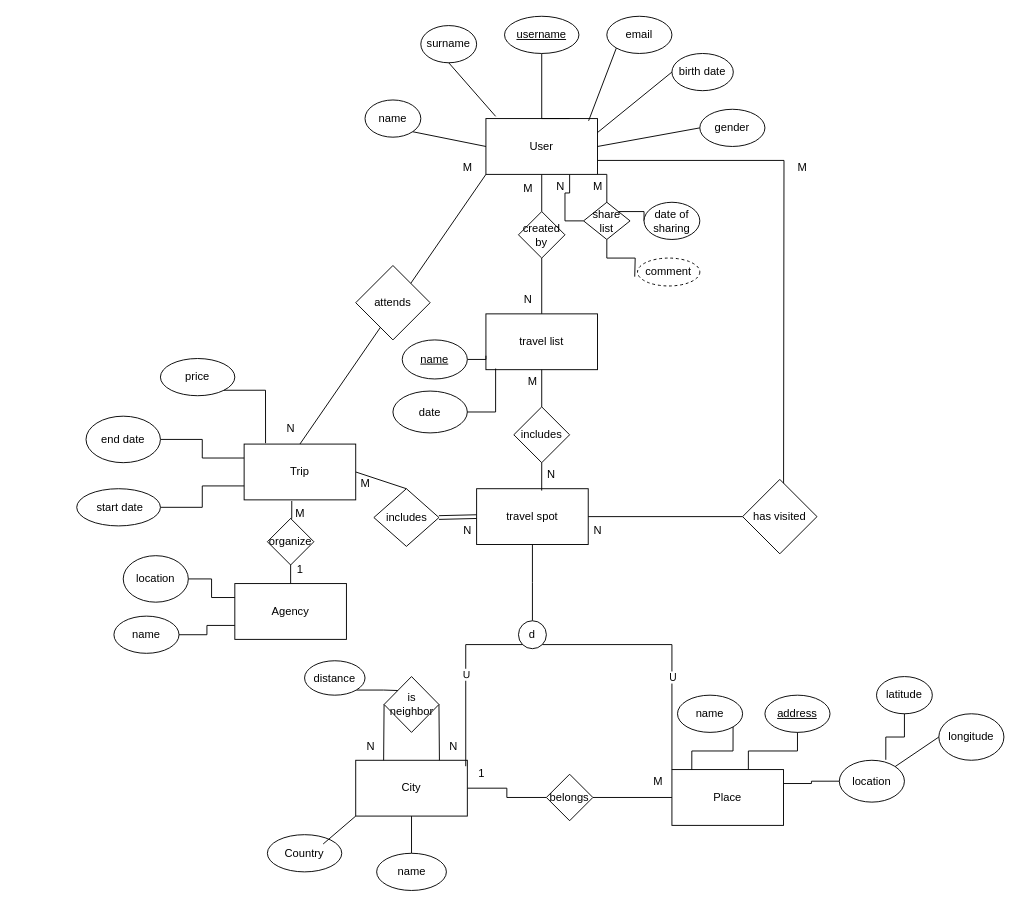
Before: BP lab1.drawio in georgibozhinoski/bp_lab1_2023, a draw.io diagram. Source tidied: cells renumbered, new cells numbered last; positions are measured from the earlier drawing's top-left corner, leaving out a move shared by most shapes. Both pictures are drawn from the tidied source at 93%, with x=0, y=0 at pixel (76, 16).
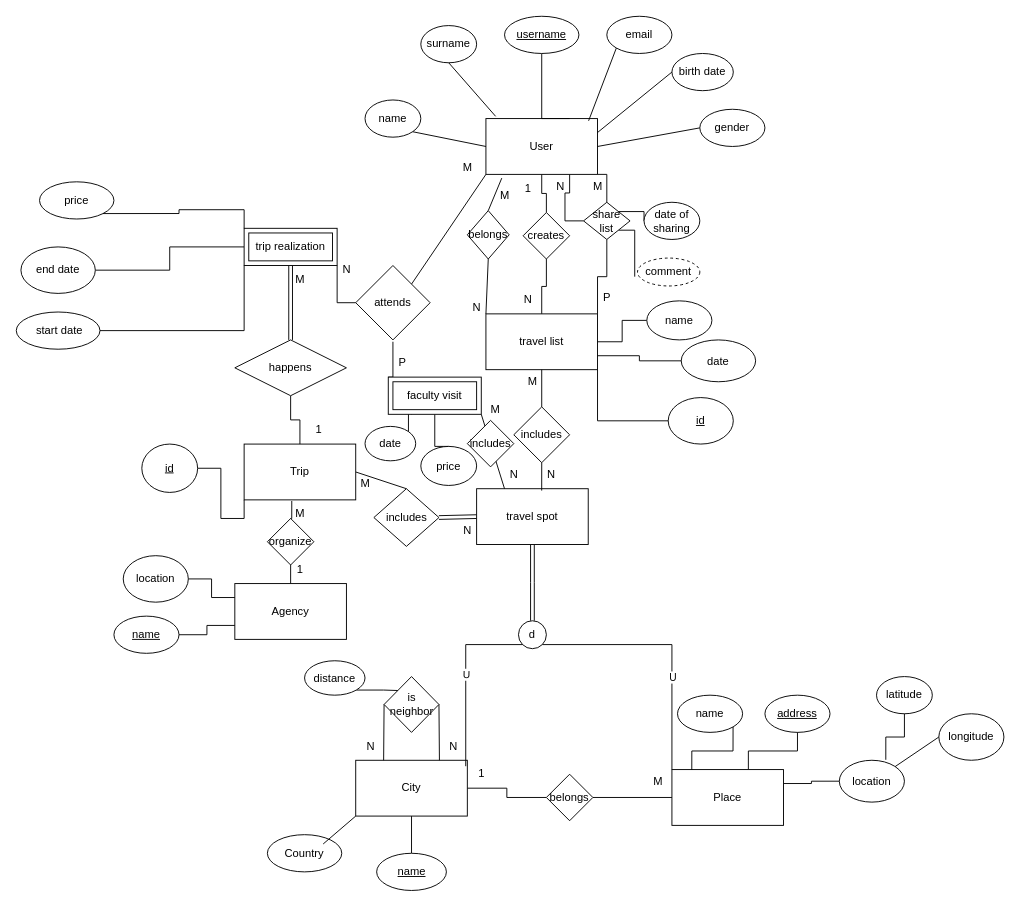
After the change.

Unchanged cells that the change refers to:
```xml
<mxCell id="7" value="User" style="rounded=0;whiteSpace=wrap;html=1;" parent="1" vertex="1">
  <mxGeometry x="440" y="110" width="120" height="60" as="geometry" />
</mxCell>
<mxCell id="21" value="travel list" style="rounded=0;whiteSpace=wrap;html=1;" parent="1" vertex="1">
  <mxGeometry x="440" y="320" width="120" height="60" as="geometry" />
</mxCell>
<mxCell id="27" value="share list" style="rhombus;whiteSpace=wrap;html=1;" parent="1" vertex="1">
  <mxGeometry x="545" y="200" width="50" height="40" as="geometry" />
</mxCell>
<mxCell id="37" value="Trip" style="rounded=0;whiteSpace=wrap;html=1;" parent="1" vertex="1">
  <mxGeometry x="180" y="460" width="120" height="60" as="geometry" />
</mxCell>
<mxCell id="54" value="attends" style="rhombus;whiteSpace=wrap;html=1;" parent="1" vertex="1">
  <mxGeometry x="300" y="268" width="80" height="80" as="geometry" />
</mxCell>
<mxCell id="79" value="travel spot" style="rounded=0;whiteSpace=wrap;html=1;" parent="1" vertex="1">
  <mxGeometry x="430" y="508" width="120" height="60" as="geometry" />
</mxCell>
```

Diff of the diagram source:
```diff
@@
-    <mxCell id="4" style="rounded=0;jettySize=auto;html=1;exitX=0;exitY=1;exitDx=0;exitDy=0;entryX=0.5;entryY=0;entryDx=0;entryDy=0;endArrow=none;endFill=0;" parent="1" edge="1" source="7" target="37">
+    <mxCell id="4" style="rounded=0;jettySize=auto;html=1;exitX=0;exitY=1;exitDx=0;exitDy=0;entryX=1;entryY=0;entryDx=0;entryDy=0;endArrow=none;endFill=0;" parent="1" edge="1" source="7" target="54">
       <mxGeometry relative="1" as="geometry" />
     </mxCell>
@@
-    <mxCell id="6" style="edgeStyle=orthogonalEdgeStyle;rounded=0;jettySize=auto;html=1;exitX=1;exitY=0.75;exitDx=0;exitDy=0;endArrow=none;endFill=0;" parent="1" edge="1" source="7">
-      <mxGeometry relative="1" as="geometry">
-        <mxPoint x="760" y="540" as="targetPoint" />
-      </mxGeometry>
-    </mxCell>
@@
+    <mxCell id="105" style="edgeStyle=orthogonalEdgeStyle;rounded=0;jettySize=auto;html=1;exitX=1;exitY=1;exitDx=0;exitDy=0;entryX=0;entryY=0.5;entryDx=0;entryDy=0;endArrow=none;endFill=0;" parent="1" edge="1" source="21" target="121">
+      <mxGeometry relative="1" as="geometry" />
+    </mxCell>
@@
-    <mxCell id="22" value="created by" style="rhombus;whiteSpace=wrap;html=1;" parent="1" vertex="1">
-      <mxGeometry x="475" y="210" width="50" height="50" as="geometry" />
+    <mxCell id="22" value="creates" style="rhombus;whiteSpace=wrap;html=1;" parent="1" vertex="1">
+      <mxGeometry x="480" y="211" width="50" height="50" as="geometry" />
     </mxCell>
-    <mxCell id="23" value="M" style="text;html=1;align=center;verticalAlign=middle;strokeColor=none;fillColor=none;" parent="1" vertex="1">
+    <mxCell id="23" value="1" style="text;html=1;align=center;verticalAlign=middle;strokeColor=none;fillColor=none;" parent="1" vertex="1">
       <mxGeometry x="470" y="170" width="30" height="30" as="geometry" />
     </mxCell>
@@
-    <mxCell id="26" style="edgeStyle=orthogonalEdgeStyle;rounded=0;jettySize=auto;html=1;exitX=0.5;exitY=1;exitDx=0;exitDy=0;endArrow=none;endFill=0;" parent="1" edge="1" source="27">
+    <mxCell id="26" style="edgeStyle=orthogonalEdgeStyle;rounded=0;jettySize=auto;html=1;exitX=1;exitY=1;exitDx=0;exitDy=0;endArrow=none;endFill=0;" parent="1" edge="1" source="27">
       <mxGeometry relative="1" as="geometry">
         <mxPoint x="600" y="280" as="targetPoint" />
+        <Array as="points">
+          <mxPoint x="600" y="230" />
+        </Array>
       </mxGeometry>
     </mxCell>
+    <mxCell id="106" style="edgeStyle=orthogonalEdgeStyle;rounded=0;jettySize=auto;html=1;exitX=0.5;exitY=1;exitDx=0;exitDy=0;entryX=1;entryY=0;entryDx=0;entryDy=0;endArrow=none;endFill=0;" parent="1" edge="1" source="27" target="21">
+      <mxGeometry relative="1" as="geometry" />
+    </mxCell>
@@
+    <mxCell id="107" style="edgeStyle=orthogonalEdgeStyle;rounded=0;jettySize=auto;html=1;exitX=0;exitY=1;exitDx=0;exitDy=0;entryX=1;entryY=0.5;entryDx=0;entryDy=0;endArrow=none;endFill=0;" parent="1" edge="1" source="37" target="126">
+      <mxGeometry relative="1" as="geometry" />
+    </mxCell>
@@
-    <mxCell id="56" value="N" style="text;html=1;align=center;verticalAlign=middle;strokeColor=none;fillColor=none;" parent="1" vertex="1">
-      <mxGeometry x="215" y="428" width="30" height="30" as="geometry" />
+    <mxCell id="56" value="1" style="text;html=1;align=center;verticalAlign=middle;strokeColor=none;fillColor=none;" parent="1" vertex="1">
+      <mxGeometry x="245" y="430" width="30" height="30" as="geometry" />
     </mxCell>
-    <mxCell id="57" style="edgeStyle=orthogonalEdgeStyle;rounded=0;jettySize=auto;html=1;exitX=1;exitY=0.5;exitDx=0;exitDy=0;entryX=0;entryY=0.75;entryDx=0;entryDy=0;endArrow=none;endFill=0;" parent="1" edge="1" source="58" target="21">
+    <mxCell id="57" style="edgeStyle=orthogonalEdgeStyle;rounded=0;jettySize=auto;html=1;exitX=0;exitY=0.5;exitDx=0;exitDy=0;endArrow=none;endFill=0;" parent="1" edge="1" source="58" target="21">
       <mxGeometry relative="1" as="geometry" />
     </mxCell>
-    <mxCell id="58" value="&lt;u&gt;name&lt;/u&gt;" style="ellipse;whiteSpace=wrap;html=1;" parent="1" vertex="1">
-      <mxGeometry x="350" y="348" width="70" height="42" as="geometry" />
+    <mxCell id="58" value="name" style="ellipse;whiteSpace=wrap;html=1;" parent="1" vertex="1">
+      <mxGeometry x="613" y="306" width="70" height="42" as="geometry" />
     </mxCell>
     <mxCell id="59" value="date" style="ellipse;whiteSpace=wrap;html=1;" parent="1" vertex="1">
-      <mxGeometry x="340" y="403" width="80" height="45" as="geometry" />
+      <mxGeometry x="650" y="348" width="80" height="45" as="geometry" />
     </mxCell>
-    <mxCell id="60" style="edgeStyle=orthogonalEdgeStyle;rounded=0;jettySize=auto;html=1;exitX=1;exitY=0.5;exitDx=0;exitDy=0;entryX=0.087;entryY=0.98;entryDx=0;entryDy=0;entryPerimeter=0;endArrow=none;endFill=0;" parent="1" edge="1" source="59" target="21">
+    <mxCell id="60" style="edgeStyle=orthogonalEdgeStyle;rounded=0;jettySize=auto;html=1;exitX=0;exitY=0.5;exitDx=0;exitDy=0;entryX=1;entryY=0.75;entryDx=0;entryDy=0;endArrow=none;endFill=0;" parent="1" edge="1" source="59" target="21">
       <mxGeometry relative="1" as="geometry" />
     </mxCell>
@@
-    <mxCell id="74" value="name" style="ellipse;whiteSpace=wrap;html=1;" parent="1" vertex="1">
+    <mxCell id="74" value="&lt;u&gt;name&lt;/u&gt;" style="ellipse;whiteSpace=wrap;html=1;" parent="1" vertex="1">
       <mxGeometry x="322.5" y="900" width="75" height="40" as="geometry" />
     </mxCell>
@@
-    <mxCell id="77" style="edgeStyle=orthogonalEdgeStyle;rounded=0;jettySize=auto;html=1;exitX=0.5;exitY=1;exitDx=0;exitDy=0;endArrow=none;endFill=0;" parent="1" edge="1" source="79">
+    <mxCell id="77" style="edgeStyle=orthogonalEdgeStyle;rounded=0;jettySize=auto;html=1;exitX=0.5;exitY=1;exitDx=0;exitDy=0;endArrow=none;endFill=0;shape=link;" parent="1" edge="1" source="79">
       <mxGeometry relative="1" as="geometry">
         <mxPoint x="490" y="650" as="targetPoint" />
       </mxGeometry>
     </mxCell>
@@
-    <mxCell id="89" style="edgeStyle=orthogonalEdgeStyle;rounded=0;jettySize=auto;html=1;exitX=1;exitY=0.5;exitDx=0;exitDy=0;entryX=0;entryY=0.25;entryDx=0;entryDy=0;endArrow=none;endFill=0;" parent="1" edge="1" source="90" target="37">
+    <mxCell id="89" style="edgeStyle=orthogonalEdgeStyle;rounded=0;jettySize=auto;html=1;exitX=1;exitY=0.5;exitDx=0;exitDy=0;entryX=0;entryY=0.5;entryDx=0;entryDy=0;endArrow=none;endFill=0;" parent="1" edge="1" source="90" target="129">
       <mxGeometry relative="1" as="geometry" />
     </mxCell>
     <mxCell id="90" value="end date" style="ellipse;whiteSpace=wrap;html=1;" parent="1" vertex="1">
-      <mxGeometry x="10" y="430" width="80" height="50" as="geometry" />
+      <mxGeometry x="-60" y="248" width="80" height="50" as="geometry" />
     </mxCell>
     <mxCell id="91" value="price" style="ellipse;whiteSpace=wrap;html=1;" parent="1" vertex="1">
-      <mxGeometry x="90" y="368" width="80" height="40" as="geometry" />
+      <mxGeometry x="-40" y="178" width="80" height="40" as="geometry" />
     </mxCell>
-    <mxCell id="92" style="edgeStyle=orthogonalEdgeStyle;rounded=0;jettySize=auto;html=1;exitX=1;exitY=0.5;exitDx=0;exitDy=0;entryX=0;entryY=0.75;entryDx=0;entryDy=0;endArrow=none;endFill=0;" parent="1" edge="1" source="93" target="37">
+    <mxCell id="92" style="edgeStyle=orthogonalEdgeStyle;rounded=0;jettySize=auto;html=1;exitX=1;exitY=0.5;exitDx=0;exitDy=0;entryX=0;entryY=1;entryDx=0;entryDy=0;endArrow=none;endFill=0;" parent="1" edge="1" source="93" target="129">
       <mxGeometry relative="1" as="geometry" />
     </mxCell>
     <mxCell id="93" value="&amp;nbsp;start date" style="ellipse;whiteSpace=wrap;html=1;" parent="1" vertex="1">
-      <mxGeometry y="508" width="90" height="40" as="geometry" />
+      <mxGeometry x="-65" y="318" width="90" height="40" as="geometry" />
     </mxCell>
-    <mxCell id="94" style="edgeStyle=orthogonalEdgeStyle;rounded=0;jettySize=auto;html=1;exitX=1;exitY=1;exitDx=0;exitDy=0;entryX=0.192;entryY=-0.016;entryDx=0;entryDy=0;entryPerimeter=0;endArrow=none;endFill=0;" parent="1" edge="1" source="91" target="37">
+    <mxCell id="94" style="edgeStyle=orthogonalEdgeStyle;rounded=0;jettySize=auto;html=1;exitX=1;exitY=1;exitDx=0;exitDy=0;entryX=0;entryY=0;entryDx=0;entryDy=0;endArrow=none;endFill=0;" parent="1" edge="1" source="91" target="129">
       <mxGeometry relative="1" as="geometry" />
     </mxCell>
@@
-    <mxCell id="98" value="name" style="ellipse;whiteSpace=wrap;html=1;" parent="1" vertex="1">
+    <mxCell id="98" value="&lt;u&gt;name&lt;/u&gt;" style="ellipse;whiteSpace=wrap;html=1;" parent="1" vertex="1">
       <mxGeometry x="40" y="645" width="70" height="40" as="geometry" />
     </mxCell>
@@
-    <mxCell id="100" style="edgeStyle=orthogonalEdgeStyle;rounded=0;jettySize=auto;html=1;exitX=0;exitY=0.5;exitDx=0;exitDy=0;entryX=1;entryY=0.5;entryDx=0;entryDy=0;endArrow=none;endFill=0;" parent="1" edge="1" source="101" target="79">
-      <mxGeometry relative="1" as="geometry" />
-    </mxCell>
-    <mxCell id="101" value="has visited" style="rhombus;whiteSpace=wrap;html=1;" parent="1" vertex="1">
-      <mxGeometry x="716" y="498" width="80" height="80" as="geometry" />
-    </mxCell>
-    <mxCell id="102" value="M" style="text;html=1;align=center;verticalAlign=middle;strokeColor=none;fillColor=none;" parent="1" vertex="1">
-      <mxGeometry x="765" y="148" width="30" height="30" as="geometry" />
-    </mxCell>
-    <mxCell id="103" value="N" style="text;html=1;align=center;verticalAlign=middle;strokeColor=none;fillColor=none;" parent="1" vertex="1">
-      <mxGeometry x="545" y="538" width="30" height="30" as="geometry" />
-    </mxCell>
@@
+    <mxCell id="108" style="rounded=0;jettySize=auto;html=1;exitX=0.5;exitY=0;exitDx=0;exitDy=0;entryX=0.142;entryY=1.067;entryDx=0;entryDy=0;entryPerimeter=0;endArrow=none;endFill=0;" parent="1" edge="1" source="110" target="7">
+      <mxGeometry relative="1" as="geometry" />
+    </mxCell>
+    <mxCell id="109" style="rounded=0;jettySize=auto;html=1;exitX=0.5;exitY=1;exitDx=0;exitDy=0;entryX=0;entryY=0;entryDx=0;entryDy=0;endArrow=none;endFill=0;" parent="1" edge="1" source="110" target="21">
+      <mxGeometry relative="1" as="geometry" />
+    </mxCell>
+    <mxCell id="110" value="belongs" style="rhombus;whiteSpace=wrap;html=1;" parent="1" vertex="1">
+      <mxGeometry x="420" y="209" width="45" height="52" as="geometry" />
+    </mxCell>
+    <mxCell id="111" value="M" style="text;html=1;align=center;verticalAlign=middle;strokeColor=none;fillColor=none;" parent="1" vertex="1">
+      <mxGeometry x="445" y="178" width="30" height="30" as="geometry" />
+    </mxCell>
+    <mxCell id="112" value="N" style="text;html=1;align=center;verticalAlign=middle;strokeColor=none;fillColor=none;" parent="1" vertex="1">
+      <mxGeometry x="415" y="298" width="30" height="30" as="geometry" />
+    </mxCell>
+    <mxCell id="113" value="P" style="text;html=1;align=center;verticalAlign=middle;strokeColor=none;fillColor=none;" parent="1" vertex="1">
+      <mxGeometry x="555" y="288" width="30" height="30" as="geometry" />
+    </mxCell>
+    <mxCell id="114" style="rounded=0;jettySize=auto;html=1;exitX=1;exitY=1;exitDx=0;exitDy=0;endArrow=none;endFill=0;entryX=0.25;entryY=0;entryDx=0;entryDy=0;" parent="1" edge="1" source="122" target="79">
+      <mxGeometry relative="1" as="geometry" />
+    </mxCell>
+    <mxCell id="115" style="edgeStyle=orthogonalEdgeStyle;rounded=0;jettySize=auto;html=1;exitX=0;exitY=0;exitDx=0;exitDy=0;endArrow=none;endFill=0;" parent="1" edge="1" source="122">
+      <mxGeometry relative="1" as="geometry">
+        <mxPoint x="340" y="350" as="targetPoint" />
+      </mxGeometry>
+    </mxCell>
+    <mxCell id="116" value="P" style="text;html=1;align=center;verticalAlign=middle;strokeColor=none;fillColor=none;" parent="1" vertex="1">
+      <mxGeometry x="335" y="358" width="30" height="30" as="geometry" />
+    </mxCell>
+    <mxCell id="117" style="edgeStyle=orthogonalEdgeStyle;rounded=0;jettySize=auto;html=1;exitX=1;exitY=1;exitDx=0;exitDy=0;entryX=0.25;entryY=1;entryDx=0;entryDy=0;endArrow=none;endFill=0;" parent="1" edge="1" source="118" target="122">
+      <mxGeometry relative="1" as="geometry" />
+    </mxCell>
+    <mxCell id="118" value="date" style="ellipse;whiteSpace=wrap;html=1;" parent="1" vertex="1">
+      <mxGeometry x="310" y="441" width="54.5" height="37" as="geometry" />
+    </mxCell>
+    <mxCell id="119" style="edgeStyle=orthogonalEdgeStyle;rounded=0;jettySize=auto;html=1;exitX=0.5;exitY=0;exitDx=0;exitDy=0;endArrow=none;endFill=0;entryX=0.5;entryY=1;entryDx=0;entryDy=0;" parent="1" edge="1" source="120" target="122">
+      <mxGeometry relative="1" as="geometry" />
+    </mxCell>
+    <mxCell id="120" value="price" style="ellipse;whiteSpace=wrap;html=1;" parent="1" vertex="1">
+      <mxGeometry x="370" y="462.5" width="60" height="42" as="geometry" />
+    </mxCell>
+    <mxCell id="121" value="&lt;u&gt;id&lt;/u&gt;" style="ellipse;whiteSpace=wrap;html=1;" parent="1" vertex="1">
+      <mxGeometry x="636" y="410" width="70" height="50" as="geometry" />
+    </mxCell>
+    <mxCell id="122" value="faculty visit" style="shape=ext;margin=3;double=1;whiteSpace=wrap;html=1;align=center;" parent="1" vertex="1">
+      <mxGeometry x="335" y="388" width="100" height="40" as="geometry" />
+    </mxCell>
+    <mxCell id="123" value="includes" style="rhombus;whiteSpace=wrap;html=1;" parent="1" vertex="1">
+      <mxGeometry x="420" y="434.5" width="50" height="50" as="geometry" />
+    </mxCell>
+    <mxCell id="124" value="M" style="text;html=1;align=center;verticalAlign=middle;strokeColor=none;fillColor=none;" parent="1" vertex="1">
+      <mxGeometry x="435" y="408" width="30" height="30" as="geometry" />
+    </mxCell>
+    <mxCell id="125" value="N" style="text;html=1;align=center;verticalAlign=middle;strokeColor=none;fillColor=none;" parent="1" vertex="1">
+      <mxGeometry x="455" y="478" width="30" height="30" as="geometry" />
+    </mxCell>
+    <mxCell id="126" value="&lt;u&gt;id&lt;/u&gt;" style="ellipse;whiteSpace=wrap;html=1;" parent="1" vertex="1">
+      <mxGeometry x="70" y="460" width="60" height="52" as="geometry" />
+    </mxCell>
+    <mxCell id="127" style="edgeStyle=orthogonalEdgeStyle;rounded=0;jettySize=auto;html=1;exitX=1;exitY=1;exitDx=0;exitDy=0;entryX=0;entryY=0.5;entryDx=0;entryDy=0;endArrow=none;endFill=0;" parent="1" edge="1" source="129" target="54">
+      <mxGeometry relative="1" as="geometry" />
+    </mxCell>
+    <mxCell id="128" style="edgeStyle=orthogonalEdgeStyle;rounded=0;jettySize=auto;html=1;exitX=0.5;exitY=1;exitDx=0;exitDy=0;entryX=0.5;entryY=0;entryDx=0;entryDy=0;endArrow=none;endFill=0;shape=link;" parent="1" edge="1" source="129" target="132">
+      <mxGeometry relative="1" as="geometry" />
+    </mxCell>
+    <mxCell id="129" value="trip realization" style="shape=ext;margin=3;double=1;whiteSpace=wrap;html=1;align=center;" parent="1" vertex="1">
+      <mxGeometry x="180" y="228" width="100" height="40" as="geometry" />
+    </mxCell>
+    <mxCell id="130" value="N" style="text;html=1;align=center;verticalAlign=middle;strokeColor=none;fillColor=none;" parent="1" vertex="1">
+      <mxGeometry x="275" y="258" width="30" height="30" as="geometry" />
+    </mxCell>
+    <mxCell id="131" style="edgeStyle=orthogonalEdgeStyle;rounded=0;jettySize=auto;html=1;exitX=0.5;exitY=1;exitDx=0;exitDy=0;endArrow=none;endFill=0;" parent="1" edge="1" source="132" target="37">
+      <mxGeometry relative="1" as="geometry" />
+    </mxCell>
+    <mxCell id="132" value="happens" style="shape=rhombus;perimeter=rhombusPerimeter;whiteSpace=wrap;html=1;align=center;" parent="1" vertex="1">
+      <mxGeometry x="170" y="348" width="120" height="60" as="geometry" />
+    </mxCell>
+    <mxCell id="133" value="M" style="text;html=1;align=center;verticalAlign=middle;strokeColor=none;fillColor=none;" parent="1" vertex="1">
+      <mxGeometry x="225" y="268" width="30" height="30" as="geometry" />
+    </mxCell>
```
